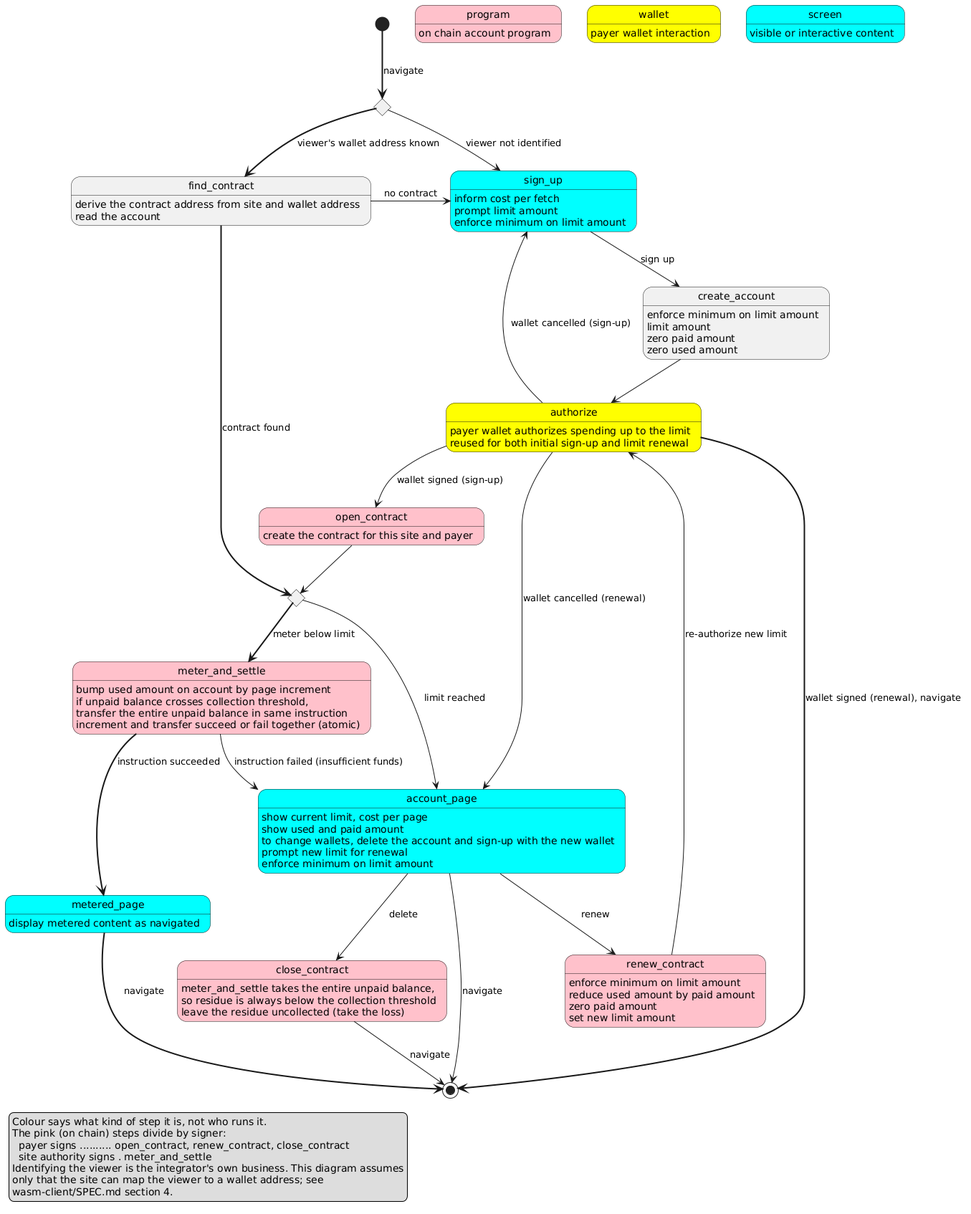
wbreeze/sol-pay keeps this PlantUML diagram as state-machine.png. Above is the earlier version. Its source is kept beside it as state-machine.plantuml.
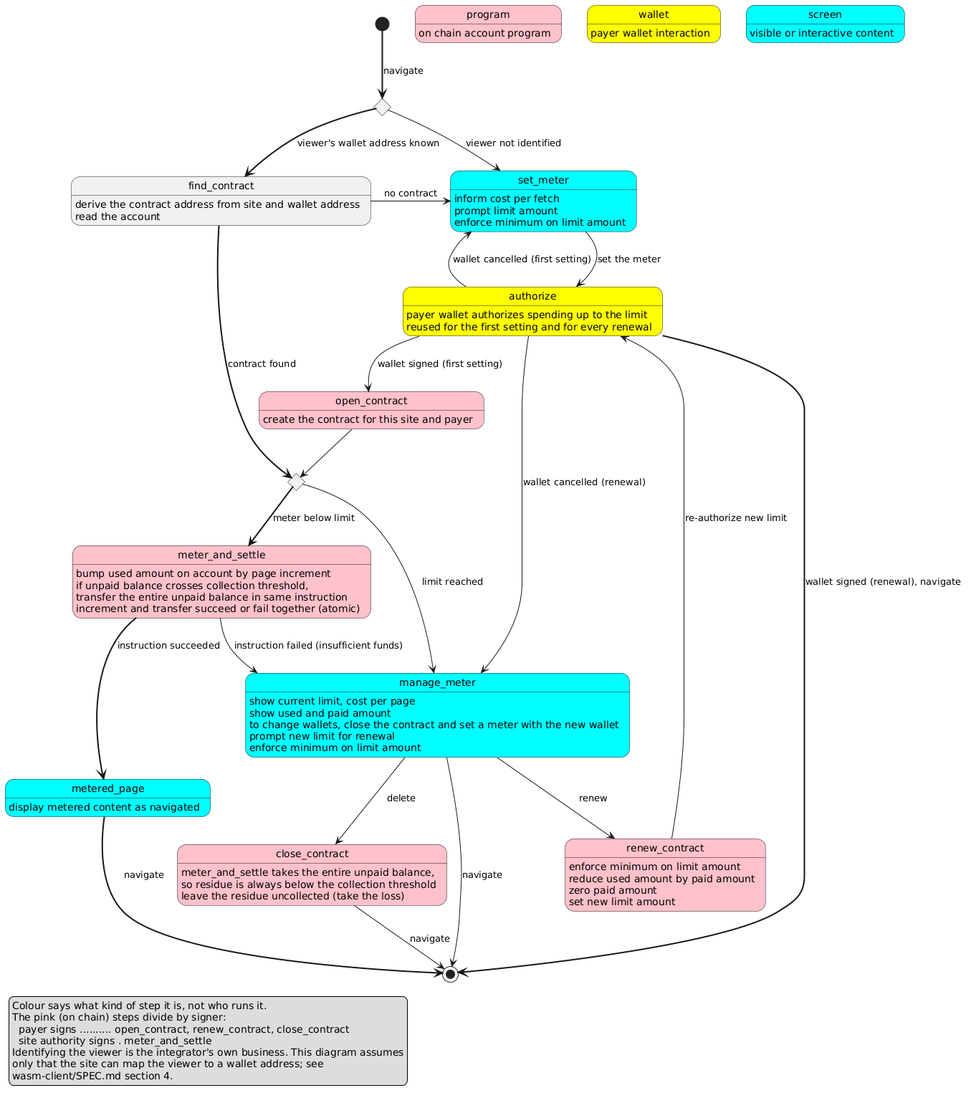
Later version of the same file.

What changed in the source:
```diff
@@ -9,43 +9,36 @@
 screen : visible or interactive content
 
 state identified <<choice>>
-state sign_up #cyan
-state create_account
+state set_meter #cyan
 state find_contract
 state authorize #yellow
 state open_contract #pink
 state metered_page #cyan
 state meter_and_settle #pink
 state check_limit <<choice>>
-state account_page #cyan
+state manage_meter #cyan
 state renew_contract #pink
 state close_contract #pink
 
 [*] -[bold]-> identified : navigate
-identified --> sign_up : viewer not identified
+identified --> set_meter : viewer not identified
 identified -[bold]-> find_contract : viewer's wallet address known
 
 find_contract : derive the contract address from site and wallet address
 find_contract : read the account
-find_contract -> sign_up : no contract
+find_contract -> set_meter : no contract
 find_contract -[bold]-> check_limit : contract found
 
-sign_up : inform cost per fetch
-sign_up : prompt limit amount
-sign_up : enforce minimum on limit amount
-sign_up --> create_account : sign up
-
-create_account : enforce minimum on limit amount
-create_account : limit amount
-create_account : zero paid amount
-create_account : zero used amount
-create_account --> authorize
+set_meter : inform cost per fetch
+set_meter : prompt limit amount
+set_meter : enforce minimum on limit amount
+set_meter --> authorize : set the meter
 
 authorize : payer wallet authorizes spending up to the limit
-authorize : reused for both initial sign-up and limit renewal
-authorize -> sign_up : wallet cancelled (sign-up)
-authorize --> open_contract : wallet signed (sign-up)
-authorize -> account_page : wallet cancelled (renewal)
+authorize : reused for the first setting and for every renewal
+authorize -> set_meter : wallet cancelled (first setting)
+authorize --> open_contract : wallet signed (first setting)
+authorize -> manage_meter : wallet cancelled (renewal)
 authorize -[bold]-> [*] : wallet signed (renewal), navigate
 
 open_contract : create the contract for this site and payer
@@ -59,19 +52,19 @@
 meter_and_settle : transfer the entire unpaid balance in same instruction
 meter_and_settle : increment and transfer succeed or fail together (atomic)
 meter_and_settle -[bold]-> metered_page : instruction succeeded
-meter_and_settle --> account_page : instruction failed (insufficient funds)
+meter_and_settle --> manage_meter : instruction failed (insufficient funds)
 
-check_limit -> account_page : limit reached
+check_limit -> manage_meter : limit reached
 check_limit -[bold]-> meter_and_settle : meter below limit
 
-account_page: show current limit, cost per page
-account_page: show used and paid amount
-account_page: to change wallets, delete the account and sign-up with the new wallet
-account_page: prompt new limit for renewal
-account_page: enforce minimum on limit amount
-account_page -> [*] : navigate
-account_page --> renew_contract : renew
-account_page --> close_contract : delete
+manage_meter: show current limit, cost per page
+manage_meter: show used and paid amount
+manage_meter: to change wallets, close the contract and set a meter with the new wallet
+manage_meter: prompt new limit for renewal
+manage_meter: enforce minimum on limit amount
+manage_meter -> [*] : navigate
+manage_meter --> renew_contract : renew
+manage_meter --> close_contract : delete
 
 renew_contract: enforce minimum on limit amount
 renew_contract: reduce used amount by paid amount
```
